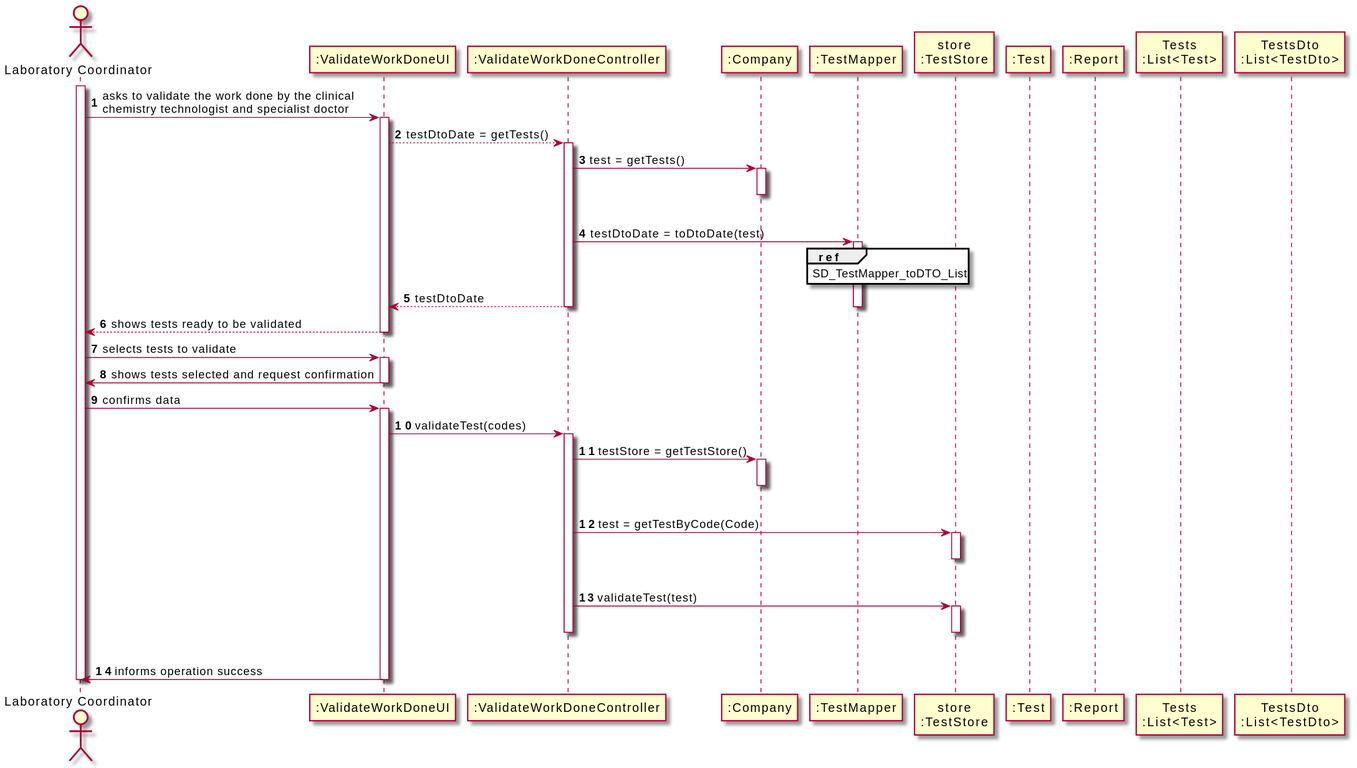
Pedromaia26/LAPR2-ISEP keeps this PlantUML diagram as docs/SprintC/US15_ValidateTheWorkDone/US15_SD.svg. Above is the earlier version.
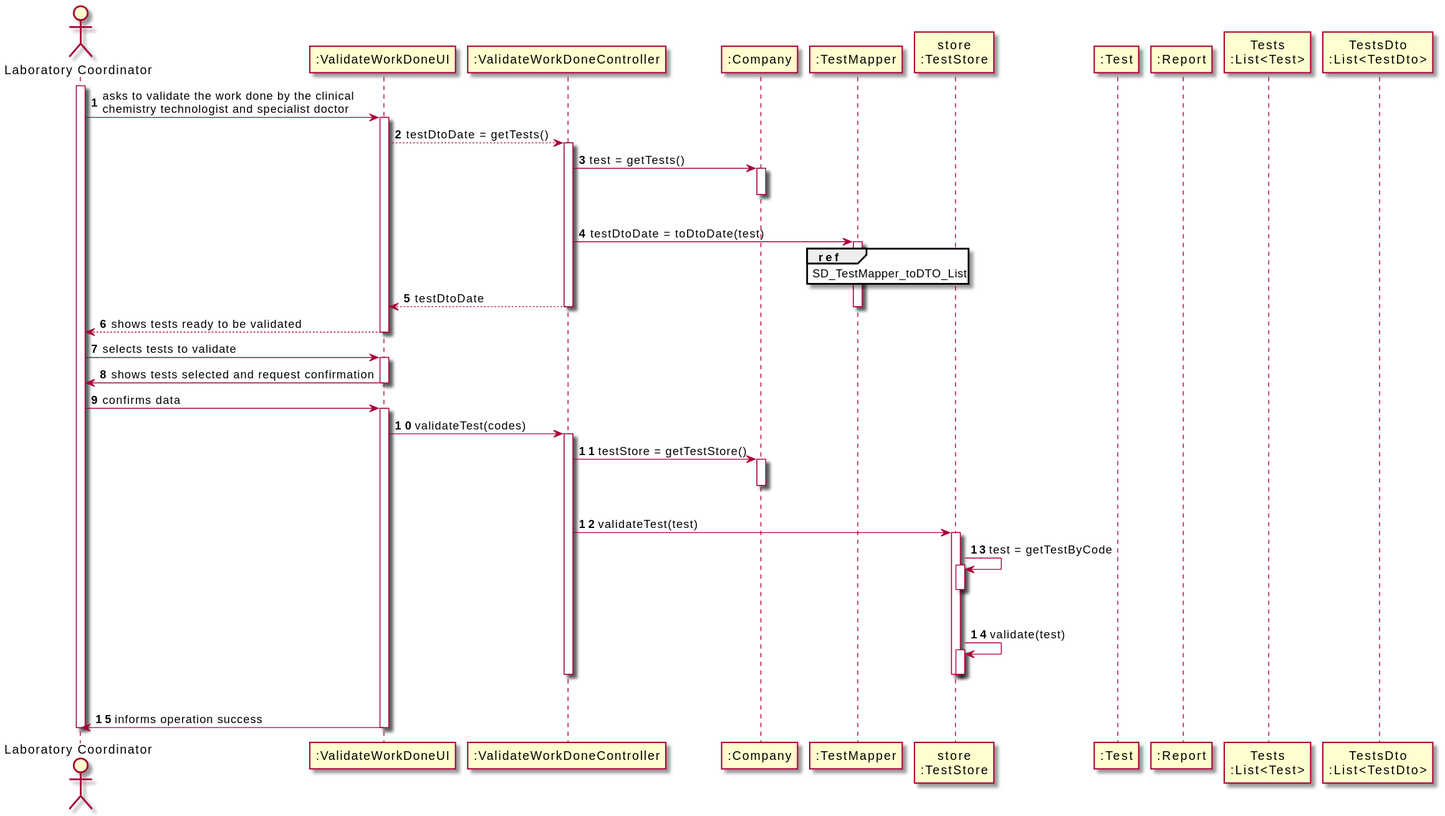
After the commit.

The edit, as a diff of the source:
```diff
@@ -56,14 +56,18 @@
 |||
 deactivate ML
 
-CTRL -> STORE : test = getTestByCode(Code)
+CTRL -> STORE : validateTest(test)
+activate STORE
+
+STORE -> STORE : test = getTestByCode
+activate STORE
+|||
+deactivate STORE
+STORE -> STORE : validate(test)
 activate STORE
 |||
 deactivate STORE
 
-CTRL -> STORE : validateTest(test)
-activate STORE
-|||
 deactivate STORE
 deactivate CTRL
 
```
